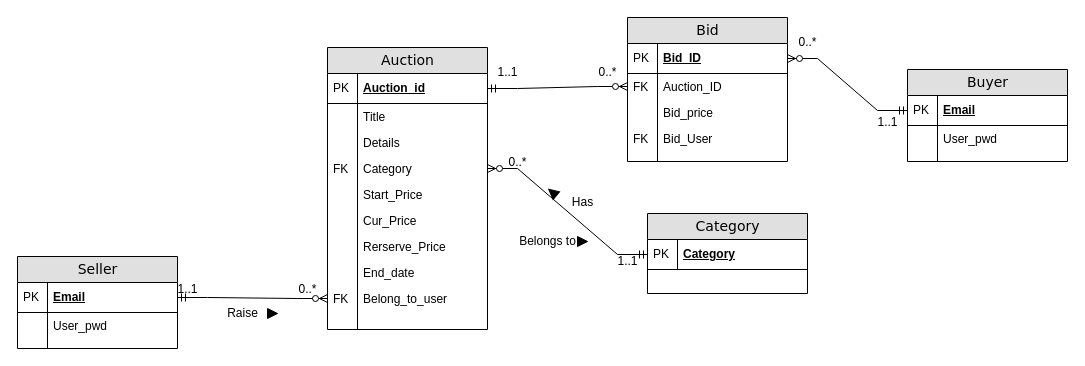
Melo-Melon/git_file keeps this draw.io diagram as Untitled Diagram.drawio. Above is the earlier version. Source tidied: cells renumbered, new cells numbered last; positions are measured from the earlier drawing's top-left corner, leaving out a move shared by most shapes. Both pictures are drawn from the tidied source at 100%, with x=0, y=0 at pixel (17, -14).
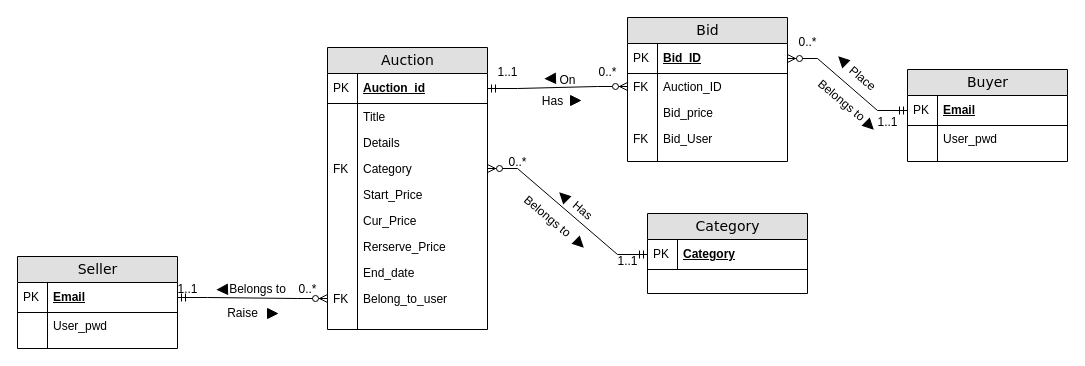
After the change.

The edit, as a diff of the source:
```diff
@@
-    <mxCell id="65" style="triangle;whiteSpace=wrap;html=1;fillColor=#000000;rotation=-140;" parent="1" vertex="1">
-      <mxGeometry x="530" y="201" width="10" height="10" as="geometry" />
+    <mxCell id="65" style="triangle;whiteSpace=wrap;html=1;fillColor=#000000;rotation=-135;" parent="1" vertex="1">
+      <mxGeometry x="541" y="205" width="10" height="10" as="geometry" />
     </mxCell>
-    <mxCell id="66" value="Has" style="text;html=1;align=center;verticalAlign=middle;strokeColor=none;fillColor=none;" parent="1" vertex="1">
-      <mxGeometry x="545" y="201" width="40" height="30" as="geometry" />
+    <mxCell id="66" value="Has" style="text;html=1;align=center;verticalAlign=middle;strokeColor=none;fillColor=none;rotation=40;" parent="1" vertex="1">
+      <mxGeometry x="545" y="209" width="40" height="30" as="geometry" />
     </mxCell>
-    <mxCell id="67" style="triangle;whiteSpace=wrap;html=1;fillColor=#000000;" parent="1" vertex="1">
-      <mxGeometry x="560" y="250" width="10" height="10" as="geometry" />
+    <mxCell id="67" style="triangle;whiteSpace=wrap;html=1;fillColor=#000000;rotation=45;" parent="1" vertex="1">
+      <mxGeometry x="557" y="252" width="10" height="10" as="geometry" />
     </mxCell>
-    <mxCell id="68" value="Belongs to" style="text;html=1;align=center;verticalAlign=middle;strokeColor=none;fillColor=none;" parent="1" vertex="1">
-      <mxGeometry x="490" y="240" width="80" height="30" as="geometry" />
+    <mxCell id="68" value="Belongs to" style="text;html=1;align=center;verticalAlign=middle;strokeColor=none;fillColor=none;rotation=40;" parent="1" vertex="1">
+      <mxGeometry x="490" y="215" width="80" height="30" as="geometry" />
     </mxCell>
+    <mxCell id="69" style="triangle;whiteSpace=wrap;html=1;fillColor=#000000;rotation=-182;" parent="1" vertex="1">
+      <mxGeometry x="200" y="298" width="10" height="10" as="geometry" />
+    </mxCell>
+    <mxCell id="70" value="Belongs to" style="text;html=1;align=center;verticalAlign=middle;strokeColor=none;fillColor=none;" parent="1" vertex="1">
+      <mxGeometry x="200" y="288" width="80" height="30" as="geometry" />
+    </mxCell>
+    <mxCell id="71" value="Has" style="text;html=1;align=center;verticalAlign=middle;strokeColor=none;fillColor=none;" parent="1" vertex="1">
+      <mxGeometry x="515" y="100" width="40" height="30" as="geometry" />
+    </mxCell>
+    <mxCell id="72" style="triangle;whiteSpace=wrap;html=1;fillColor=#000000;" parent="1" vertex="1">
+      <mxGeometry x="553" y="109" width="10" height="10" as="geometry" />
+    </mxCell>
+    <mxCell id="73" style="triangle;whiteSpace=wrap;html=1;fillColor=#000000;rotation=-182;" parent="1" vertex="1">
+      <mxGeometry x="528" y="87" width="10" height="10" as="geometry" />
+    </mxCell>
+    <mxCell id="74" value="On" style="text;html=1;align=center;verticalAlign=middle;strokeColor=none;fillColor=none;" parent="1" vertex="1">
+      <mxGeometry x="530" y="79" width="40" height="30" as="geometry" />
+    </mxCell>
+    <mxCell id="75" value="Place" style="text;html=1;align=center;verticalAlign=middle;strokeColor=none;fillColor=none;rotation=40;" parent="1" vertex="1">
+      <mxGeometry x="820" y="77" width="50" height="30" as="geometry" />
+    </mxCell>
+    <mxCell id="76" style="triangle;whiteSpace=wrap;html=1;fillColor=#000000;rotation=-135;" parent="1" vertex="1">
+      <mxGeometry x="820" y="69" width="10" height="10" as="geometry" />
+    </mxCell>
+    <mxCell id="77" style="triangle;whiteSpace=wrap;html=1;fillColor=#000000;rotation=45;" parent="1" vertex="1">
+      <mxGeometry x="847" y="134" width="10" height="10" as="geometry" />
+    </mxCell>
+    <mxCell id="78" value="Belongs to" style="text;html=1;align=center;verticalAlign=middle;strokeColor=none;fillColor=none;rotation=40;" parent="1" vertex="1">
+      <mxGeometry x="784" y="99" width="80" height="30" as="geometry" />
+    </mxCell>
```
